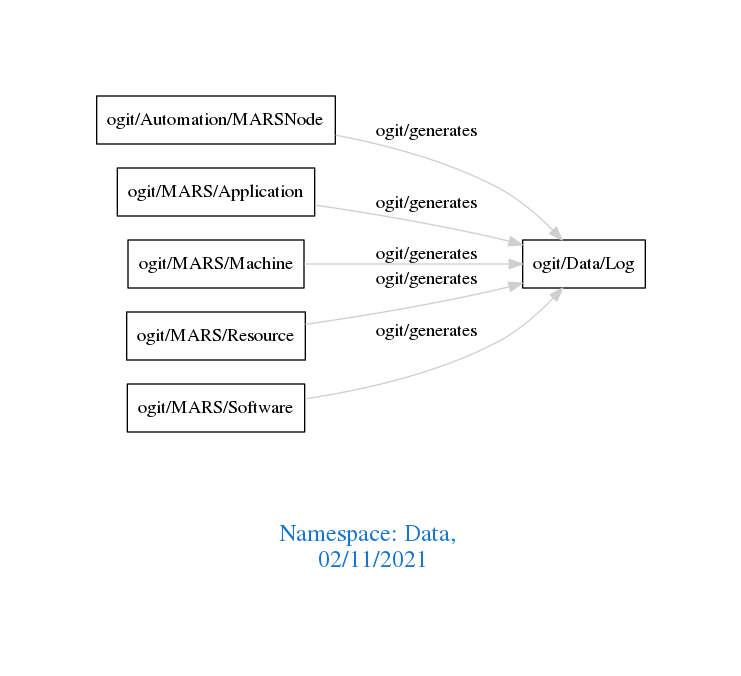
Before: downloads/Data.png, a diagram exported from Graphviz (arago/OGIT). Its source is kept beside it as downloads/Data.dot.
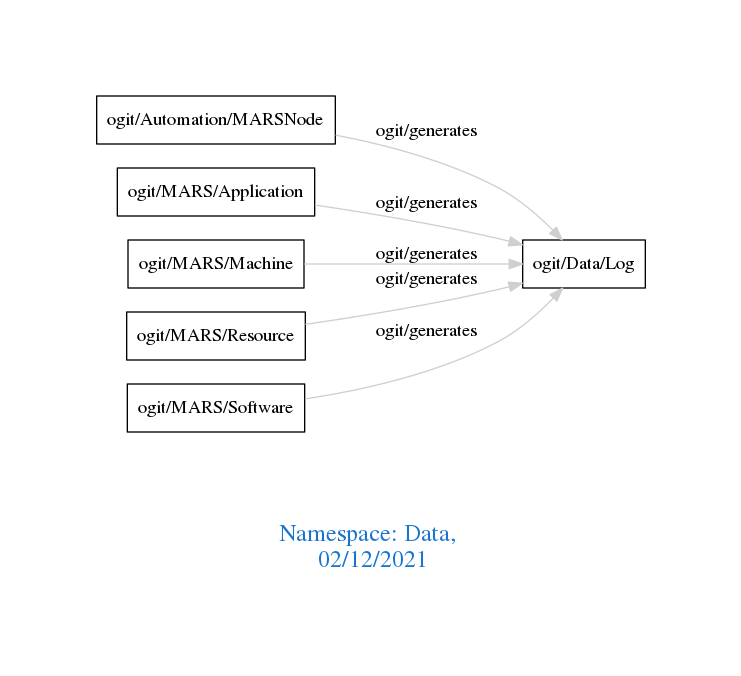
After the change.

What changed in the source:
```diff
@@ -1,7 +1,7 @@
 digraph OGIT_ontology {
  graph [ rankdir= LR,pad=1
 fontsize = 18,
-fontcolor= dodgerblue3,label = "\n\n\nNamespace: Data, \n 02/11/2021"];
+fontcolor= dodgerblue3,label = "\n\n\nNamespace: Data, \n 02/12/2021"];
 node[shape=polygon];
 edge [  color="gray81"];
 
```
